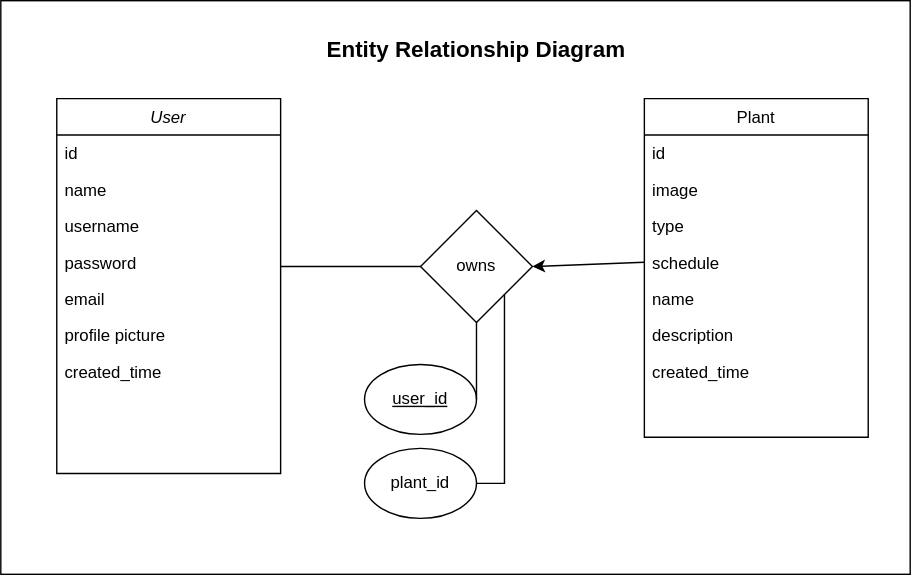
Before: diagrams/er-diagram.drawio.svg, a diagram exported from draw.io (lflor120/home-auto-plants). Source tidied: cells renumbered, new cells last; positions are measured from the earlier drawing's top-left corner, leaving out a move shared by most shapes.
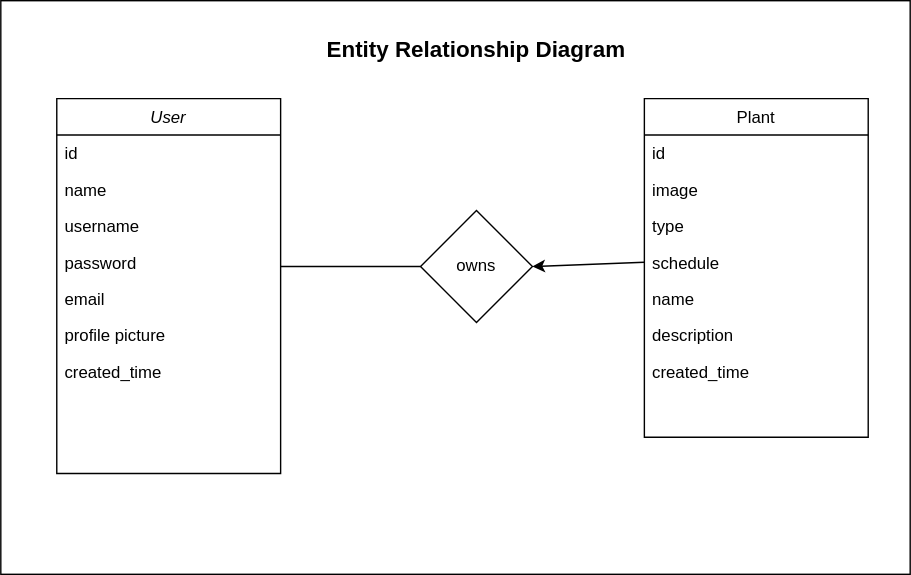
Later version of the same file.

What changed in the source:
```diff
@@ -59,24 +59,6 @@
     <mxCell id="20" style="endArrow=classic;html=1;rounded=0;entryX=1;entryY=0.5;entryDx=0;entryDy=0;exitX=0;exitY=0.5;exitDx=0;exitDy=0;" parent="1" edge="1" source="15" target="19">
       <mxGeometry relative="1" as="geometry" />
     </mxCell>
-    <mxCell id="21" value="&lt;u&gt;user_id&lt;/u&gt;" style="ellipse;whiteSpace=wrap;html=1;" parent="1" vertex="1">
-      <mxGeometry x="260" y="260" width="80" height="50" as="geometry" />
-    </mxCell>
-    <mxCell id="22" value="plant_id" style="ellipse;whiteSpace=wrap;html=1;" parent="1" vertex="1">
-      <mxGeometry x="260" y="320" width="80" height="50" as="geometry" />
-    </mxCell>
-    <mxCell id="23" style="endArrow=none;html=1;rounded=0;entryX=1;entryY=1;entryDx=0;entryDy=0;exitX=1;exitY=0.5;exitDx=0;exitDy=0;" parent="1" edge="1" source="22" target="19">
-      <mxGeometry relative="1" as="geometry">
-        <Array as="points">
-          <mxPoint x="360" y="345" />
-        </Array>
-      </mxGeometry>
-    </mxCell>
-    <mxCell id="24" style="endArrow=none;html=1;rounded=0;exitX=1;exitY=0.5;exitDx=0;exitDy=0;" parent="1" edge="1" source="21">
-      <mxGeometry relative="1" as="geometry">
-        <mxPoint x="340" y="230" as="targetPoint" />
-      </mxGeometry>
-    </mxCell>
     <mxCell id="25" value="&lt;b&gt;&lt;font style=&quot;font-size: 16px;&quot;&gt;Entity Relationship Diagram&lt;/font&gt;&lt;/b&gt;" style="text;html=1;strokeColor=none;fillColor=none;align=center;verticalAlign=middle;whiteSpace=wrap;rounded=0;" parent="1" vertex="1">
       <mxGeometry x="195" y="20" width="290" height="30" as="geometry" />
     </mxCell>
```
